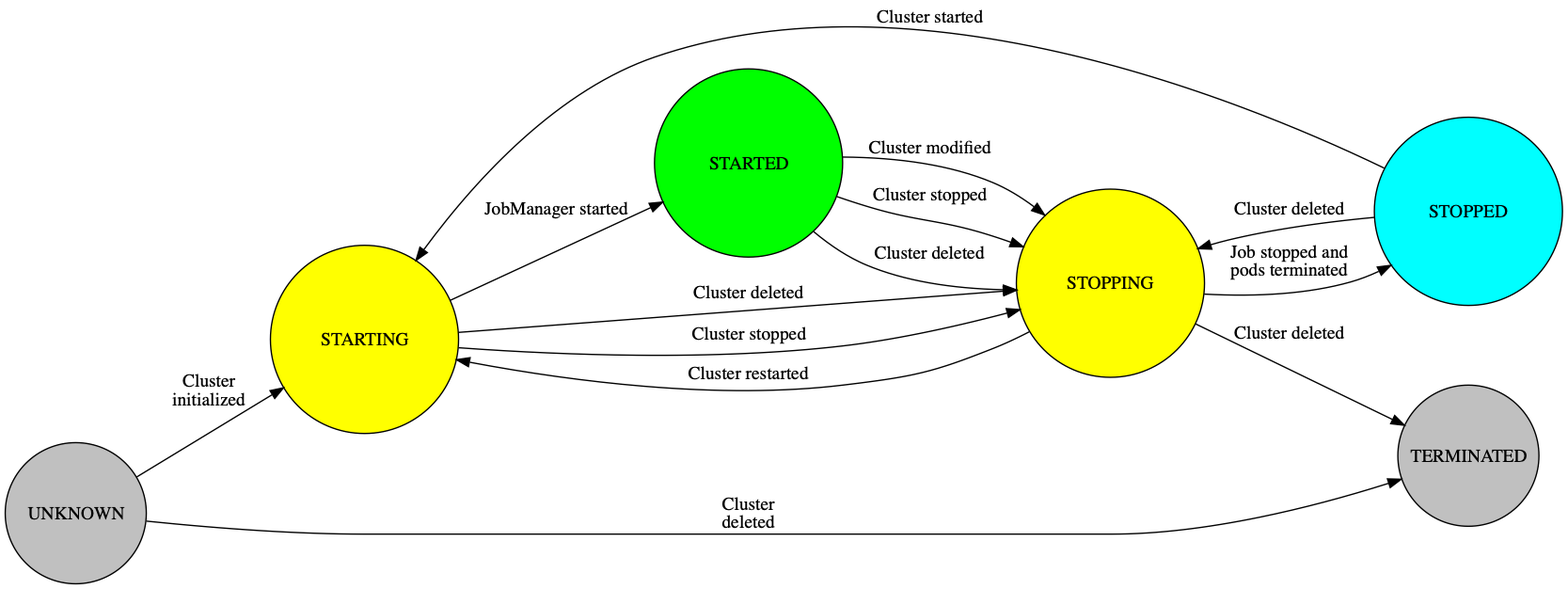
The Graphviz diagram graphs/flink-cluster.png in nextbreakpoint/flink-k8s-toolbox, before a commit. Its source is kept beside it as graphs/flink-cluster.dot.
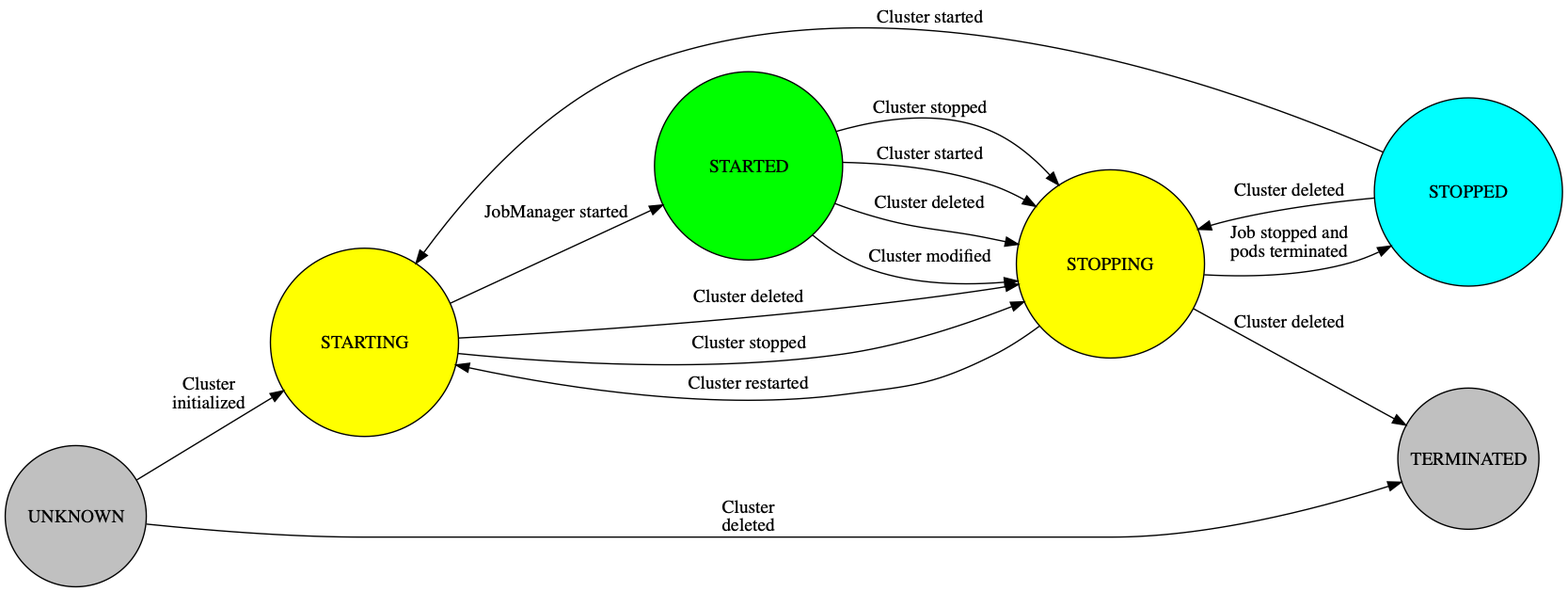
The same diagram one commit later.

Diff of the diagram source:
```diff
@@ -43,6 +43,13 @@
       <TABLE ALIGN="LEFT" BORDER="0" CELLBORDER="0" CELLSPACING="0">
           <TR>
               <TD>Cluster stopped</TD>
+          </TR>
+      </TABLE>
+  > ];
+  STARTED -> STOPPING [ label = <
+      <TABLE ALIGN="LEFT" BORDER="0" CELLBORDER="0" CELLSPACING="0">
+          <TR>
+              <TD>Cluster started</TD>
           </TR>
       </TABLE>
   > ];
```
